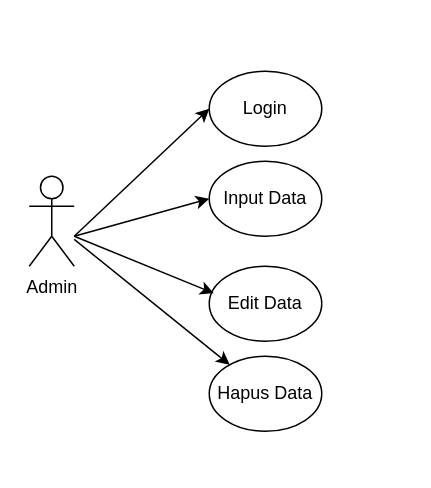
Above: Untitled Diagram.drawio in red-af/FIBS (draw.io), before the change. Source tidied: cells renumbered, new cells numbered last; positions are measured from the earlier drawing's top-left corner, leaving out a move shared by most shapes. Both pictures are drawn from the tidied source at 150%, with x=0, y=0 at pixel (28, 70).
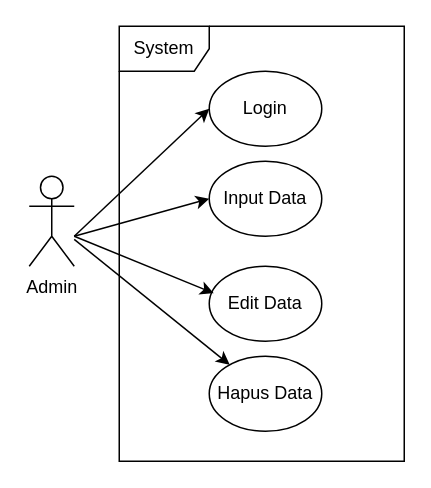
After the change.

Change to the diagram source:
```diff
@@
 <mxGraphModel>
   <root>
     <mxCell id="0" />
     <mxCell id="1" parent="0" />
     <mxCell id="2" value="Admin" style="shape=umlActor;verticalLabelPosition=bottom;verticalAlign=top;html=1;outlineConnect=0;" parent="1" vertex="1">
       <mxGeometry y="70" width="30" height="60" as="geometry" />
     </mxCell>
     <mxCell id="3" value="Login" style="ellipse;whiteSpace=wrap;html=1;" parent="1" vertex="1">
       <mxGeometry x="120" width="75" height="50" as="geometry" />
     </mxCell>
     <mxCell id="4" value="Input Data" style="ellipse;whiteSpace=wrap;html=1;" parent="1" vertex="1">
       <mxGeometry x="120" y="60" width="75" height="50" as="geometry" />
     </mxCell>
     <mxCell id="5" value="Edit Data" style="ellipse;whiteSpace=wrap;html=1;" parent="1" vertex="1">
       <mxGeometry x="120" y="130" width="75" height="50" as="geometry" />
     </mxCell>
     <mxCell id="6" value="Hapus Data" style="ellipse;whiteSpace=wrap;html=1;" parent="1" vertex="1">
       <mxGeometry x="120" y="190" width="75" height="50" as="geometry" />
     </mxCell>
     <mxCell id="7" style="endArrow=classic;html=1;entryX=0;entryY=0.5;entryDx=0;entryDy=0;" parent="1" edge="1" target="3">
       <mxGeometry relative="1" as="geometry">
         <mxPoint x="30" y="110" as="sourcePoint" />
       </mxGeometry>
     </mxCell>
     <mxCell id="8" style="endArrow=classic;html=1;entryX=0;entryY=0.5;entryDx=0;entryDy=0;" parent="1" edge="1" target="4">
       <mxGeometry relative="1" as="geometry">
         <mxPoint x="30" y="110" as="sourcePoint" />
       </mxGeometry>
     </mxCell>
     <mxCell id="9" style="endArrow=classic;html=1;entryX=0.04;entryY=0.36;entryDx=0;entryDy=0;entryPerimeter=0;" parent="1" edge="1" target="5">
       <mxGeometry relative="1" as="geometry">
         <mxPoint x="30" y="110" as="sourcePoint" />
       </mxGeometry>
     </mxCell>
     <mxCell id="10" style="endArrow=classic;html=1;" parent="1" edge="1" source="2" target="6">
       <mxGeometry relative="1" as="geometry" />
     </mxCell>
+    <mxCell id="11" value="System" style="shape=umlFrame;whiteSpace=wrap;html=1;" parent="1" vertex="1">
+      <mxGeometry x="60" y="-30" width="190" height="290" as="geometry" />
+    </mxCell>
   </root>
 </mxGraphModel>
```
